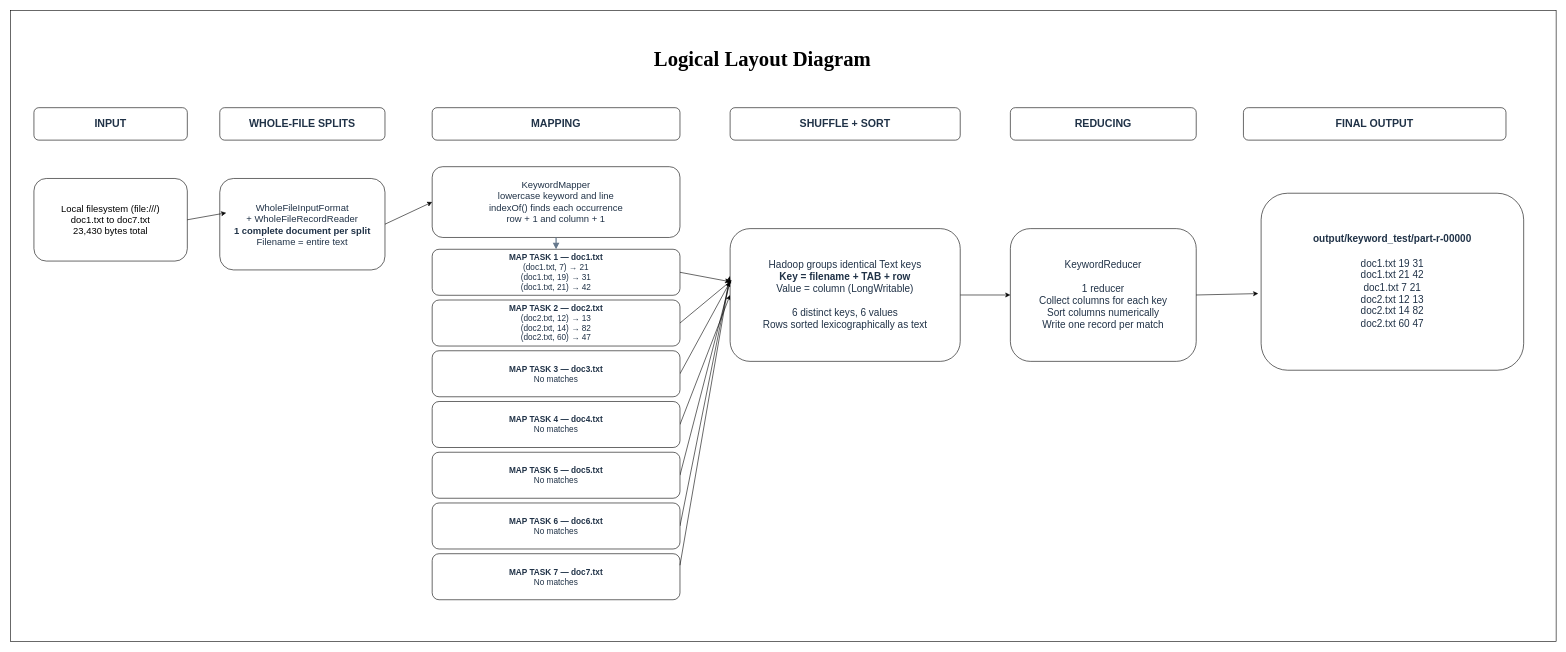
Above: MapReduce/diagrams/mapreduce.drawio in MasindiManaga/Big_Data_Analytics (draw.io), before the change. Source tidied: cells renumbered, new cells numbered last; positions are measured from the earlier drawing's top-left corner, leaving out a move shared by most shapes. Both pictures are drawn from the tidied source at 59%, with x=0, y=0 at pixel (10, 10).
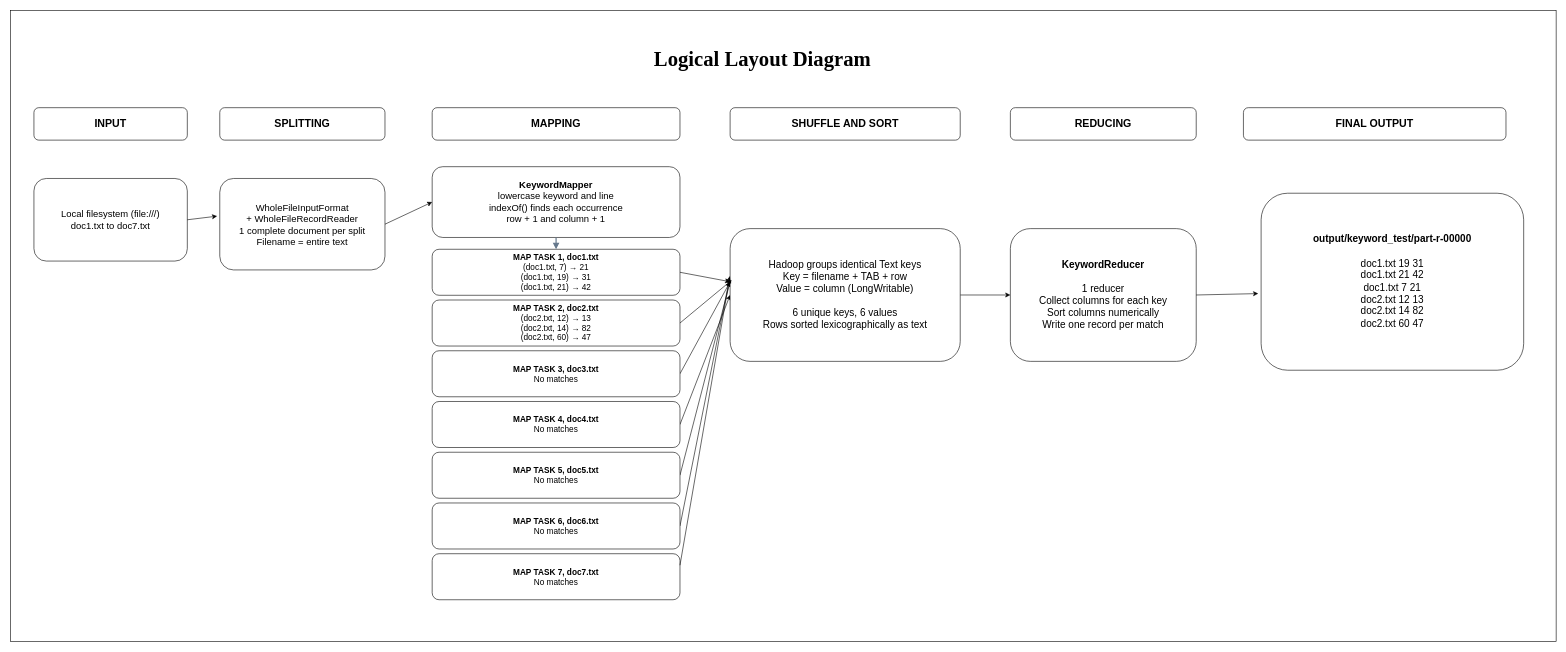
Above is the later version.

Commit message:
Update text color

Change to the diagram source:
```diff
@@
-    <mxCell id="4" value="INPUT" style="rounded=1;whiteSpace=wrap;html=1;fillColor=#FFFFFF;strokeColor=#000000;fontColor=#203247;fontSize=18;align=center;verticalAlign=middle;spacing=8;fontStyle=1;" parent="1" vertex="1">
+    <mxCell id="4" value="INPUT" style="rounded=1;whiteSpace=wrap;html=1;fillColor=#FFFFFF;strokeColor=#000000;fontColor=#000000;fontSize=18;align=center;verticalAlign=middle;spacing=8;fontStyle=1;" parent="1" vertex="1">
       <mxGeometry x="40" y="165" width="260" height="55" as="geometry" />
     </mxCell>
-    <mxCell id="5" value="WHOLE-FILE SPLITS" style="rounded=1;whiteSpace=wrap;html=1;fillColor=#FFFFFF;strokeColor=#000000;fontColor=#203247;fontSize=18;align=center;verticalAlign=middle;spacing=8;fontStyle=1;" parent="1" vertex="1">
+    <mxCell id="5" value="SPLITTING" style="rounded=1;whiteSpace=wrap;html=1;fillColor=#FFFFFF;strokeColor=#000000;fontColor=#000000;fontSize=18;align=center;verticalAlign=middle;spacing=8;fontStyle=1;" parent="1" vertex="1">
       <mxGeometry x="355" y="165" width="280" height="55" as="geometry" />
     </mxCell>
-    <mxCell id="6" value="MAPPING" style="rounded=1;whiteSpace=wrap;html=1;fillColor=#FFFFFF;strokeColor=#000000;fontColor=#203247;fontSize=18;align=center;verticalAlign=middle;spacing=8;fontStyle=1;" parent="1" vertex="1">
+    <mxCell id="6" value="MAPPING" style="rounded=1;whiteSpace=wrap;html=1;fillColor=#FFFFFF;strokeColor=#000000;fontColor=#000000;fontSize=18;align=center;verticalAlign=middle;spacing=8;fontStyle=1;" parent="1" vertex="1">
       <mxGeometry x="715" y="165" width="420" height="55" as="geometry" />
     </mxCell>
-    <mxCell id="7" value="SHUFFLE + SORT" style="rounded=1;whiteSpace=wrap;html=1;fillColor=#FFFFFF;strokeColor=#000000;fontColor=#203247;fontSize=18;align=center;verticalAlign=middle;spacing=8;fontStyle=1;" parent="1" vertex="1">
+    <mxCell id="7" value="SHUFFLE AND SORT" style="rounded=1;whiteSpace=wrap;html=1;fillColor=#FFFFFF;strokeColor=#000000;fontColor=#000000;fontSize=18;align=center;verticalAlign=middle;spacing=8;fontStyle=1;" parent="1" vertex="1">
       <mxGeometry x="1220" y="165" width="390" height="55" as="geometry" />
     </mxCell>
-    <mxCell id="8" value="REDUCING" style="rounded=1;whiteSpace=wrap;html=1;fillColor=#FFFFFF;strokeColor=#000000;fontColor=#203247;fontSize=18;align=center;verticalAlign=middle;spacing=8;fontStyle=1;" parent="1" vertex="1">
+    <mxCell id="8" value="REDUCING" style="rounded=1;whiteSpace=wrap;html=1;fillColor=#FFFFFF;strokeColor=#000000;fontColor=#000000;fontSize=18;align=center;verticalAlign=middle;spacing=8;fontStyle=1;" parent="1" vertex="1">
       <mxGeometry x="1695" y="165" width="315" height="55" as="geometry" />
     </mxCell>
-    <mxCell id="9" value="FINAL OUTPUT" style="rounded=1;whiteSpace=wrap;html=1;fillColor=#FFFFFF;strokeColor=#000000;fontColor=#203247;fontSize=18;align=center;verticalAlign=middle;spacing=8;fontStyle=1;" parent="1" vertex="1">
+    <mxCell id="9" value="FINAL OUTPUT" style="rounded=1;whiteSpace=wrap;html=1;fillColor=#FFFFFF;strokeColor=#000000;fontColor=#000000;fontSize=18;align=center;verticalAlign=middle;spacing=8;fontStyle=1;" parent="1" vertex="1">
       <mxGeometry x="2090" y="165" width="445" height="55" as="geometry" />
     </mxCell>
-    <mxCell id="10" value="Local filesystem (file:///)&lt;br&gt;doc1.txt to doc7.txt&lt;br&gt;23,430 bytes total" style="rounded=1;whiteSpace=wrap;html=1;fillColor=#FFFFFF;strokeColor=#000000;fontColor=#000000;fontSize=16;align=center;verticalAlign=middle;spacing=8;" parent="1" vertex="1">
+    <mxCell id="10" value="Local filesystem (file:///)&lt;br&gt;doc1.txt to doc7.txt" style="rounded=1;whiteSpace=wrap;html=1;fillColor=#FFFFFF;strokeColor=#000000;fontColor=#000000;fontSize=16;align=center;verticalAlign=middle;spacing=8;" parent="1" vertex="1">
       <mxGeometry x="40" y="285" width="260" height="140" as="geometry" />
     </mxCell>
@@
-    <mxCell id="12" value="WholeFileInputFormat&lt;br&gt;+ WholeFileRecordReader&lt;br&gt;&lt;b&gt;1 complete document per split&lt;/b&gt;&lt;br&gt;Filename = entire text" style="rounded=1;whiteSpace=wrap;html=1;fillColor=#FFFFFF;strokeColor=#000000;fontColor=#203247;fontSize=16;align=center;verticalAlign=middle;spacing=8;" parent="1" vertex="1">
+    <mxCell id="12" value="&lt;font face=&quot;Helvetica&quot;&gt;WholeFileInputFormat&lt;br&gt;+ WholeFileRecordReader&lt;br&gt;1 complete document per split&lt;br&gt;Filename = entire text&lt;/font&gt;" style="rounded=1;whiteSpace=wrap;html=1;fillColor=#FFFFFF;strokeColor=#000000;fontColor=#000000;fontSize=16;align=center;verticalAlign=middle;spacing=8;" parent="1" vertex="1">
       <mxGeometry x="355" y="285" width="280" height="155" as="geometry" />
     </mxCell>
-    <mxCell id="13" value="KeywordMapper&lt;br&gt;lowercase keyword and line&lt;br&gt;indexOf() finds each occurrence&lt;br&gt;row + 1 and column + 1" style="rounded=1;whiteSpace=wrap;html=1;fillColor=#FFFFFF;strokeColor=#000000;fontColor=#203247;fontSize=16;align=center;verticalAlign=middle;spacing=8;" parent="1" vertex="1">
+    <mxCell id="13" value="&lt;b&gt;KeywordMapper&lt;/b&gt;&lt;br&gt;lowercase keyword and line&lt;br&gt;indexOf() finds each occurrence&lt;br&gt;row + 1 and column + 1" style="rounded=1;whiteSpace=wrap;html=1;fillColor=#FFFFFF;strokeColor=#000000;fontColor=#000000;fontSize=16;align=center;verticalAlign=middle;spacing=8;" parent="1" vertex="1">
       <mxGeometry x="715" y="265" width="420" height="120" as="geometry" />
     </mxCell>
@@
-    <mxCell id="15" value="&lt;b&gt;MAP TASK 1 — doc1.txt&lt;/b&gt;&lt;br&gt;(doc1.txt, 7) → 21&lt;br&gt;(doc1.txt, 19) → 31&lt;br&gt;(doc1.txt, 21) → 42" style="rounded=1;whiteSpace=wrap;html=1;fillColor=#ffffff;strokeColor=#000000;fontColor=#203247;fontSize=14;align=center;verticalAlign=middle;spacing=8;" parent="1" vertex="1">
+    <mxCell id="15" value="&lt;b&gt;MAP TASK 1, doc1.txt&lt;/b&gt;&lt;br&gt;(doc1.txt, 7) → 21&lt;br&gt;(doc1.txt, 19) → 31&lt;br&gt;(doc1.txt, 21) → 42" style="rounded=1;whiteSpace=wrap;html=1;fillColor=#ffffff;strokeColor=#000000;fontColor=#000000;fontSize=14;align=center;verticalAlign=middle;spacing=8;" parent="1" vertex="1">
       <mxGeometry x="715" y="405" width="420" height="78" as="geometry" />
     </mxCell>
-    <mxCell id="16" value="&lt;b&gt;MAP TASK 2 — doc2.txt&lt;/b&gt;&lt;br&gt;(doc2.txt, 12) → 13&lt;br&gt;(doc2.txt, 14) → 82&lt;br&gt;(doc2.txt, 60) → 47" style="rounded=1;whiteSpace=wrap;html=1;fillColor=#ffffff;strokeColor=#000000;fontColor=#203247;fontSize=14;align=center;verticalAlign=middle;spacing=8;" parent="1" vertex="1">
+    <mxCell id="16" value="&lt;b&gt;MAP TASK 2, doc2.txt&lt;/b&gt;&lt;br&gt;(doc2.txt, 12) → 13&lt;br&gt;(doc2.txt, 14) → 82&lt;br&gt;(doc2.txt, 60) → 47" style="rounded=1;whiteSpace=wrap;html=1;fillColor=#ffffff;strokeColor=#000000;fontColor=#000000;fontSize=14;align=center;verticalAlign=middle;spacing=8;" parent="1" vertex="1">
       <mxGeometry x="715" y="491" width="420" height="78" as="geometry" />
     </mxCell>
@@
-    <mxCell id="18" value="&lt;b&gt;MAP TASK 3 — doc3.txt&lt;/b&gt;&lt;br&gt;No matches" style="rounded=1;whiteSpace=wrap;html=1;fillColor=#ffffff;strokeColor=#000000;fontColor=#203247;fontSize=14;align=center;verticalAlign=middle;spacing=8;" parent="1" vertex="1">
+    <mxCell id="18" value="&lt;b&gt;MAP TASK 3, doc3.txt&lt;/b&gt;&lt;br&gt;No matches" style="rounded=1;whiteSpace=wrap;html=1;fillColor=#ffffff;strokeColor=#000000;fontColor=#000000;fontSize=14;align=center;verticalAlign=middle;spacing=8;" parent="1" vertex="1">
       <mxGeometry x="715" y="577" width="420" height="78" as="geometry" />
     </mxCell>
@@
-    <mxCell id="20" value="&lt;b&gt;MAP TASK 4 — doc4.txt&lt;/b&gt;&lt;br&gt;No matches" style="rounded=1;whiteSpace=wrap;html=1;fillColor=#ffffff;strokeColor=#000000;fontColor=#203247;fontSize=14;align=center;verticalAlign=middle;spacing=8;" parent="1" vertex="1">
+    <mxCell id="20" value="&lt;b&gt;MAP TASK 4, doc4.txt&lt;/b&gt;&lt;br&gt;No matches" style="rounded=1;whiteSpace=wrap;html=1;fillColor=#ffffff;strokeColor=#000000;fontColor=#000000;fontSize=14;align=center;verticalAlign=middle;spacing=8;" parent="1" vertex="1">
       <mxGeometry x="715" y="663" width="420" height="78" as="geometry" />
     </mxCell>
@@
-    <mxCell id="22" value="&lt;b&gt;MAP TASK 5 — doc5.txt&lt;/b&gt;&lt;br&gt;No matches" style="rounded=1;whiteSpace=wrap;html=1;fillColor=#ffffff;strokeColor=#000000;fontColor=#203247;fontSize=14;align=center;verticalAlign=middle;spacing=8;" parent="1" vertex="1">
+    <mxCell id="22" value="&lt;b&gt;MAP TASK 5, doc5.txt&lt;/b&gt;&lt;br&gt;No matches" style="rounded=1;whiteSpace=wrap;html=1;fillColor=#ffffff;strokeColor=#000000;fontColor=#000000;fontSize=14;align=center;verticalAlign=middle;spacing=8;" parent="1" vertex="1">
       <mxGeometry x="715" y="749" width="420" height="78" as="geometry" />
     </mxCell>
@@
-    <mxCell id="24" value="&lt;b&gt;MAP TASK 6 — doc6.txt&lt;/b&gt;&lt;br&gt;No matches" style="rounded=1;whiteSpace=wrap;html=1;fillColor=#ffffff;strokeColor=#000000;fontColor=#203247;fontSize=14;align=center;verticalAlign=middle;spacing=8;" parent="1" vertex="1">
+    <mxCell id="24" value="&lt;b&gt;MAP TASK 6, doc6.txt&lt;/b&gt;&lt;br&gt;No matches" style="rounded=1;whiteSpace=wrap;html=1;fillColor=#ffffff;strokeColor=#000000;fontColor=#000000;fontSize=14;align=center;verticalAlign=middle;spacing=8;" parent="1" vertex="1">
       <mxGeometry x="715" y="835" width="420" height="78" as="geometry" />
     </mxCell>
-    <mxCell id="25" value="&lt;b&gt;MAP TASK 7 — doc7.txt&lt;/b&gt;&lt;br&gt;No matches" style="rounded=1;whiteSpace=wrap;html=1;fillColor=#ffffff;strokeColor=#000000;fontColor=#203247;fontSize=14;align=center;verticalAlign=middle;spacing=8;" parent="1" vertex="1">
+    <mxCell id="25" value="&lt;b&gt;MAP TASK 7, doc7.txt&lt;/b&gt;&lt;br&gt;No matches" style="rounded=1;whiteSpace=wrap;html=1;fillColor=#ffffff;strokeColor=#000000;fontColor=#000000;fontSize=14;align=center;verticalAlign=middle;spacing=8;" parent="1" vertex="1">
       <mxGeometry x="715" y="921" width="420" height="78" as="geometry" />
     </mxCell>
@@
-    <mxCell id="27" value="Hadoop groups identical Text keys&lt;br&gt;&lt;b&gt;Key = filename + TAB + row&lt;/b&gt;&lt;br&gt;Value = column (LongWritable)&lt;br&gt;&lt;br&gt;6 distinct keys, 6 values&lt;br&gt;Rows sorted lexicographically as text" style="rounded=1;whiteSpace=wrap;html=1;fillColor=#FFFFFF;strokeColor=#000000;fontColor=#203247;fontSize=17;align=center;verticalAlign=middle;spacing=8;" parent="1" vertex="1">
+    <mxCell id="27" value="Hadoop groups identical Text keys&lt;br&gt;Key = filename + TAB + row&lt;br&gt;Value = column (LongWritable)&lt;br&gt;&lt;br&gt;6 unique keys, 6 values&lt;br&gt;Rows sorted lexicographically as text" style="rounded=1;whiteSpace=wrap;html=1;fillColor=#FFFFFF;strokeColor=#000000;fontColor=#000000;fontSize=17;align=center;verticalAlign=middle;spacing=8;" parent="1" vertex="1">
       <mxGeometry x="1220" y="370" width="390" height="225" as="geometry" />
     </mxCell>
-    <mxCell id="28" value="KeywordReducer&lt;br&gt;&lt;br&gt;1 reducer&lt;br&gt;Collect columns for each key&lt;br&gt;Sort columns numerically&lt;br&gt;Write one record per match" style="rounded=1;whiteSpace=wrap;html=1;fillColor=#FFFFFF;strokeColor=#000000;fontColor=#203247;fontSize=17;align=center;verticalAlign=middle;spacing=8;" parent="1" vertex="1">
+    <mxCell id="28" value="&lt;b&gt;KeywordReducer&lt;br&gt;&lt;/b&gt;&lt;br&gt;1 reducer&lt;br&gt;Collect columns for each key&lt;br&gt;Sort columns numerically&lt;br&gt;Write one record per match" style="rounded=1;whiteSpace=wrap;html=1;fillColor=#FFFFFF;strokeColor=#000000;fontColor=#000000;fontSize=17;align=center;verticalAlign=middle;spacing=8;" parent="1" vertex="1">
       <mxGeometry x="1695" y="370" width="315" height="225" as="geometry" />
     </mxCell>
-    <mxCell id="29" value="&lt;b&gt;output/keyword_test/part-r-00000&lt;/b&gt;&lt;br&gt;&lt;br&gt;doc1.txt   19   31&lt;br&gt;doc1.txt   21   42&lt;br&gt;doc1.txt    7   21&lt;br&gt;doc2.txt   12   13&lt;br&gt;doc2.txt   14   82&lt;br&gt;doc2.txt   60   47" style="rounded=1;whiteSpace=wrap;html=1;fillColor=#FFFFFF;strokeColor=#000000;fontColor=#203247;fontSize=17;align=center;verticalAlign=middle;spacing=8;" parent="1" vertex="1">
+    <mxCell id="29" value="&lt;b&gt;output/keyword_test/part-r-00000&lt;/b&gt;&lt;br&gt;&lt;br&gt;doc1.txt   19   31&lt;br&gt;doc1.txt   21   42&lt;br&gt;doc1.txt    7   21&lt;br&gt;doc2.txt   12   13&lt;br&gt;doc2.txt   14   82&lt;br&gt;doc2.txt   60   47" style="rounded=1;whiteSpace=wrap;html=1;fillColor=#FFFFFF;strokeColor=#000000;fontColor=#000000;fontSize=17;align=center;verticalAlign=middle;spacing=8;" parent="1" vertex="1">
       <mxGeometry x="2120" y="310" width="445" height="300" as="geometry" />
     </mxCell>
@@
-    <mxCell id="34" style="edgeStyle=none;html=1;exitX=1;exitY=0.5;exitDx=0;exitDy=0;entryX=0.039;entryY=0.376;entryDx=0;entryDy=0;entryPerimeter=0;" parent="1" edge="1" source="10" target="12">
+    <mxCell id="34" style="edgeStyle=none;html=1;exitX=1;exitY=0.5;exitDx=0;exitDy=0;entryX=-0.016;entryY=0.412;entryDx=0;entryDy=0;entryPerimeter=0;" parent="1" edge="1" source="10" target="12">
       <mxGeometry relative="1" as="geometry" />
     </mxCell>
```
